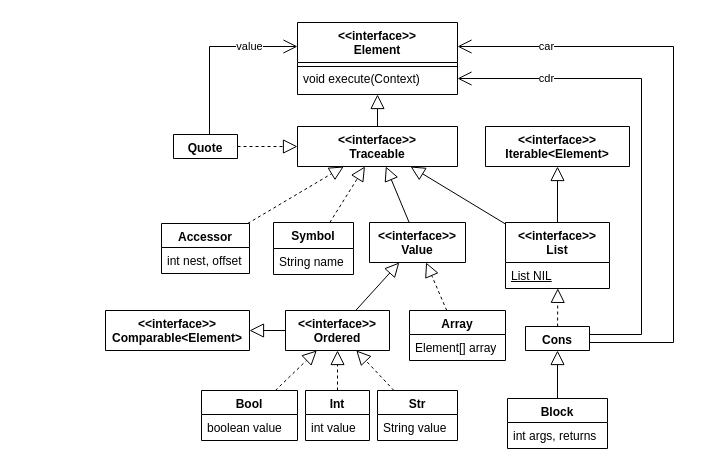
saka1029/qstack keeps this draw.io diagram as page "クラス図" (1 of 3) of doc/qstack.drawio. Above is the earlier version. Source tidied: cells renumbered, new cells numbered last; positions are measured from the earlier drawing's top-left corner, leaving out a move shared by most shapes. Both pictures are drawn from the tidied source at 100%, with x=0, y=0 at pixel (105, 22).
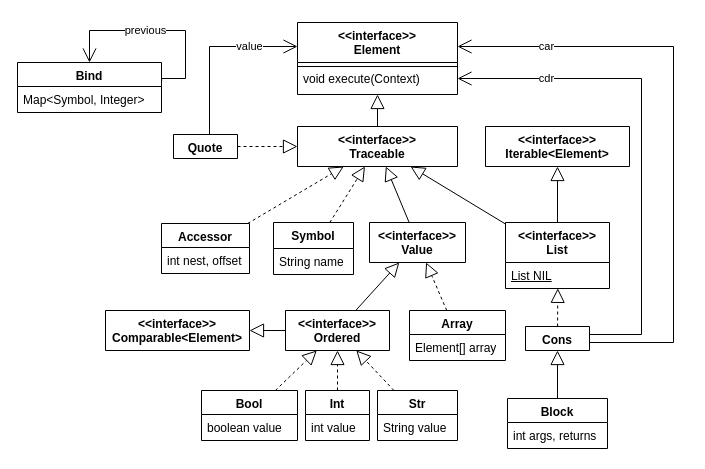
The same diagram, later.

The edit, as a diff of the source:
```diff
@@
+    <mxCell id="46" value="Bind" style="swimlane;fontStyle=1;align=center;verticalAlign=top;horizontal=1;startSize=24;whiteSpace=wrap;html=1;" parent="1" vertex="1">
+      <mxGeometry x="-88" y="40" width="144" height="50" as="geometry" />
+    </mxCell>
+    <mxCell id="47" value="Map&amp;lt;Symbol, Integer&amp;gt;" style="text;strokeColor=none;fillColor=none;align=left;verticalAlign=top;spacingLeft=4;spacingRight=4;overflow=hidden;whiteSpace=wrap;html=1;" parent="46" vertex="1">
+      <mxGeometry y="24" width="144" height="26" as="geometry" />
+    </mxCell>
+    <mxCell id="48" value="previous" style="endArrow=open;html=1;endSize=12;startArrow=none;startSize=14;startFill=0;edgeStyle=orthogonalEdgeStyle;rounded=0;exitX=1.001;exitY=0.371;exitDx=0;exitDy=0;exitPerimeter=0;entryX=0.5;entryY=0;entryDx=0;entryDy=0;" parent="1" edge="1" source="46" target="46">
+      <mxGeometry x="0.13" relative="1" as="geometry">
+        <Array as="points">
+          <mxPoint x="56" y="56" />
+          <mxPoint x="80" y="56" />
+          <mxPoint x="80" y="8" />
+          <mxPoint x="-16" y="8" />
+        </Array>
+      </mxGeometry>
+    </mxCell>
```
